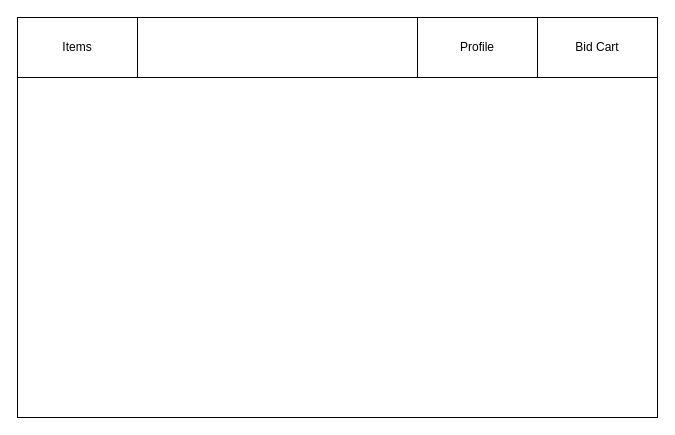
Above: Nav_bar.drawio in malshan1998/draw.io (draw.io), before the change. Source tidied: cells renumbered, new cells numbered last; positions are measured from the earlier drawing's top-left corner, leaving out a move shared by most shapes. Both pictures are drawn from the tidied source at 100%, with x=0, y=0 at pixel (17, 17).
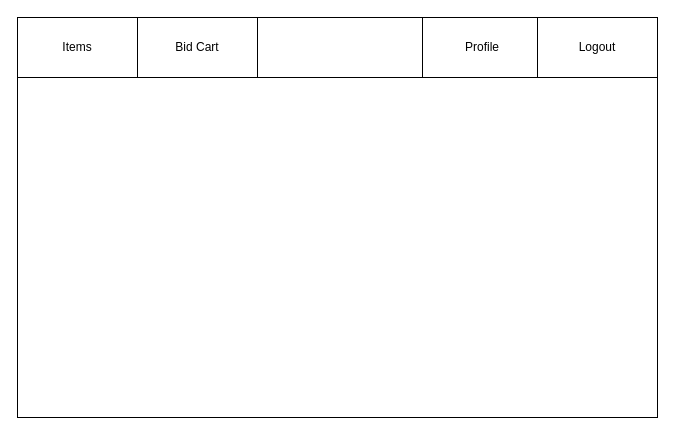
After the change.

The edit, as a diff of the source:
```diff
@@
 <mxGraphModel>
   <root>
     <mxCell id="0" />
     <mxCell id="1" parent="0" />
     <mxCell id="2" style="rounded=0;whiteSpace=wrap;html=1;fillColor=none;" parent="1" vertex="1">
       <mxGeometry width="640" height="400" as="geometry" />
     </mxCell>
     <mxCell id="3" style="rounded=0;whiteSpace=wrap;html=1;" parent="1" vertex="1">
       <mxGeometry width="640" height="60" as="geometry" />
     </mxCell>
     <mxCell id="4" value="&lt;div&gt;Items&lt;/div&gt;" style="rounded=0;whiteSpace=wrap;html=1;" parent="1" vertex="1">
       <mxGeometry width="120" height="60" as="geometry" />
     </mxCell>
     <mxCell id="5" value="Bid Cart" style="rounded=0;whiteSpace=wrap;html=1;" parent="1" vertex="1">
-      <mxGeometry x="520" width="120" height="60" as="geometry" />
+      <mxGeometry x="120" width="120" height="60" as="geometry" />
     </mxCell>
     <mxCell id="6" value="Profile" style="rounded=0;whiteSpace=wrap;html=1;" parent="1" vertex="1">
-      <mxGeometry x="400" width="120" height="60" as="geometry" />
+      <mxGeometry x="405" width="120" height="60" as="geometry" />
     </mxCell>
+    <mxCell id="7" value="Logout" style="rounded=0;whiteSpace=wrap;html=1;" parent="1" vertex="1">
+      <mxGeometry x="520" width="120" height="60" as="geometry" />
+    </mxCell>
   </root>
 </mxGraphModel>
```
